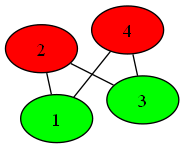
This is GraphDomApp/GraphDomApp/MyGraph.png from brimst0ne/vkr, a Graphviz export, as it was before one commit. Its source is kept beside it as GraphDomApp/GraphDomApp/MyGraph.gv.
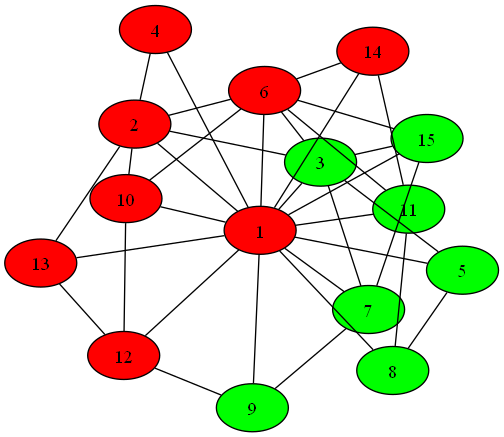
The same file after the commit.

Diff of the diagram source:
```diff
@@ -3,12 +3,65 @@
 	2;
 	3;
 	4;
+	5;
+	6;
+	7;
+	8;
+	9;
+	10;
+	11;
+	12;
+	13;
+	14;
+	15;
 	1 -- 2;
+	1 -- 3;
 	1 -- 4;
+	1 -- 5;
+	1 -- 6;
+	1 -- 7;
+	1 -- 8;
+	1 -- 9;
+	1 -- 10;
+	1 -- 11;
+	1 -- 12;
+	1 -- 13;
+	1 -- 14;
+	1 -- 15;
 	2 -- 3;
-	3 -- 4;
-    1 [style=filled, fillcolor=green];
+	2 -- 4;
+	2 -- 6;
+	2 -- 10;
+	2 -- 13;
+	3 -- 5;
+	3 -- 6;
+	3 -- 7;
+	3 -- 15;
+	5 -- 8;
+	6 -- 10;
+	6 -- 11;
+	6 -- 14;
+	6 -- 15;
+	7 -- 9;
+	7 -- 15;
+	8 -- 11;
+	9 -- 12;
+	10 -- 12;
+	11 -- 14;
+	12 -- 13;
+    1 [style=filled, fillcolor=red];
     2 [style=filled, fillcolor=red];
     3 [style=filled, fillcolor=green];
     4 [style=filled, fillcolor=red];
+    5 [style=filled, fillcolor=green];
+    6 [style=filled, fillcolor=red];
+    7 [style=filled, fillcolor=green];
+    8 [style=filled, fillcolor=green];
+    9 [style=filled, fillcolor=green];
+    10 [style=filled, fillcolor=red];
+    11 [style=filled, fillcolor=green];
+    12 [style=filled, fillcolor=red];
+    13 [style=filled, fillcolor=red];
+    14 [style=filled, fillcolor=red];
+    15 [style=filled, fillcolor=green];
 }
```
